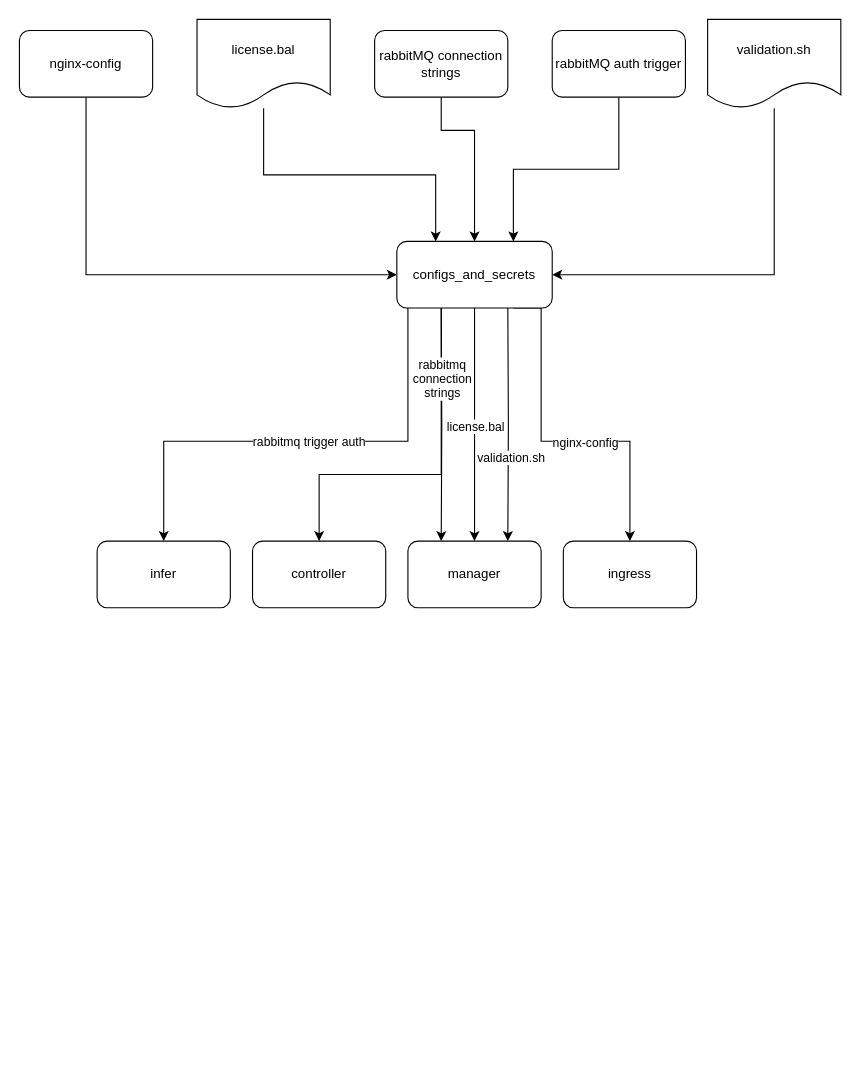
Above: ssot-tf-modules.drawio in fredyeah/diagrams (draw.io), before the change. Source tidied: cells renumbered, new cells numbered last; positions are measured from the earlier drawing's top-left corner, leaving out a move shared by most shapes. Both pictures are drawn from the tidied source at 111%, with x=0, y=0 at pixel (19, 19).
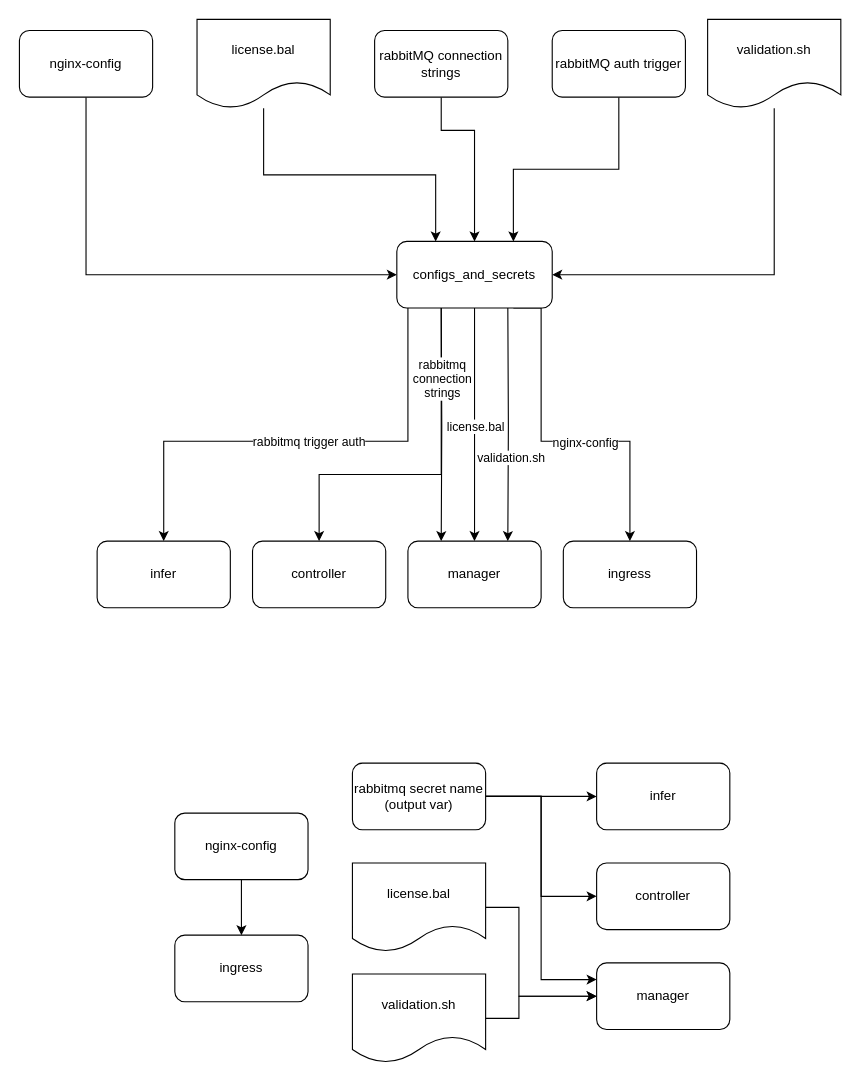
The same page after the edit.

Diff of the diagram source:
```diff
@@
+    <mxCell id="28" value="controller" style="rounded=1;whiteSpace=wrap;html=1;" parent="1" vertex="1">
+      <mxGeometry x="520" y="760" width="120" height="60" as="geometry" />
+    </mxCell>
+    <mxCell id="29" value="manager" style="rounded=1;whiteSpace=wrap;html=1;" parent="1" vertex="1">
+      <mxGeometry x="520" y="850" width="120" height="60" as="geometry" />
+    </mxCell>
+    <mxCell id="30" value="ingress" style="rounded=1;whiteSpace=wrap;html=1;" parent="1" vertex="1">
+      <mxGeometry x="140" y="825" width="120" height="60" as="geometry" />
+    </mxCell>
+    <mxCell id="31" style="edgeStyle=orthogonalEdgeStyle;rounded=0;jettySize=auto;html=1;entryX=0;entryY=0.5;entryDx=0;entryDy=0;" parent="1" edge="1" source="32" target="29">
+      <mxGeometry relative="1" as="geometry">
+        <Array as="points">
+          <mxPoint x="450" y="800" />
+          <mxPoint x="450" y="880" />
+        </Array>
+      </mxGeometry>
+    </mxCell>
+    <mxCell id="32" value="license.bal" style="shape=document;whiteSpace=wrap;html=1;boundedLbl=1;" parent="1" vertex="1">
+      <mxGeometry x="300" y="760" width="120" height="80" as="geometry" />
+    </mxCell>
+    <mxCell id="33" style="edgeStyle=orthogonalEdgeStyle;rounded=0;jettySize=auto;html=1;entryX=0;entryY=0.5;entryDx=0;entryDy=0;" parent="1" edge="1" source="34" target="29">
+      <mxGeometry relative="1" as="geometry">
+        <Array as="points">
+          <mxPoint x="450" y="900" />
+          <mxPoint x="450" y="880" />
+        </Array>
+      </mxGeometry>
+    </mxCell>
+    <mxCell id="34" value="validation.sh" style="shape=document;whiteSpace=wrap;html=1;boundedLbl=1;" parent="1" vertex="1">
+      <mxGeometry x="300" y="860" width="120" height="80" as="geometry" />
+    </mxCell>
+    <mxCell id="35" style="edgeStyle=orthogonalEdgeStyle;rounded=0;jettySize=auto;html=1;entryX=0.5;entryY=0;entryDx=0;entryDy=0;" parent="1" edge="1" source="36" target="30">
+      <mxGeometry relative="1" as="geometry" />
+    </mxCell>
+    <mxCell id="36" value="nginx-config" style="rounded=1;whiteSpace=wrap;html=1;" parent="1" vertex="1">
+      <mxGeometry x="140" y="715" width="120" height="60" as="geometry" />
+    </mxCell>
+    <mxCell id="37" value="infer" style="rounded=1;whiteSpace=wrap;html=1;" parent="1" vertex="1">
+      <mxGeometry x="520" y="670" width="120" height="60" as="geometry" />
+    </mxCell>
+    <mxCell id="38" style="edgeStyle=orthogonalEdgeStyle;rounded=0;jettySize=auto;html=1;entryX=0;entryY=0.5;entryDx=0;entryDy=0;" parent="1" edge="1" source="41" target="28">
+      <mxGeometry relative="1" as="geometry" />
+    </mxCell>
+    <mxCell id="39" style="edgeStyle=orthogonalEdgeStyle;rounded=0;jettySize=auto;html=1;" parent="1" edge="1" source="41" target="37">
+      <mxGeometry relative="1" as="geometry" />
+    </mxCell>
+    <mxCell id="40" style="edgeStyle=orthogonalEdgeStyle;rounded=0;jettySize=auto;html=1;entryX=0;entryY=0.25;entryDx=0;entryDy=0;" parent="1" edge="1" source="41" target="29">
+      <mxGeometry relative="1" as="geometry" />
+    </mxCell>
+    <mxCell id="41" value="rabbitmq secret name (output var)" style="rounded=1;whiteSpace=wrap;html=1;" parent="1" vertex="1">
+      <mxGeometry x="300" y="670" width="120" height="60" as="geometry" />
+    </mxCell>
```
